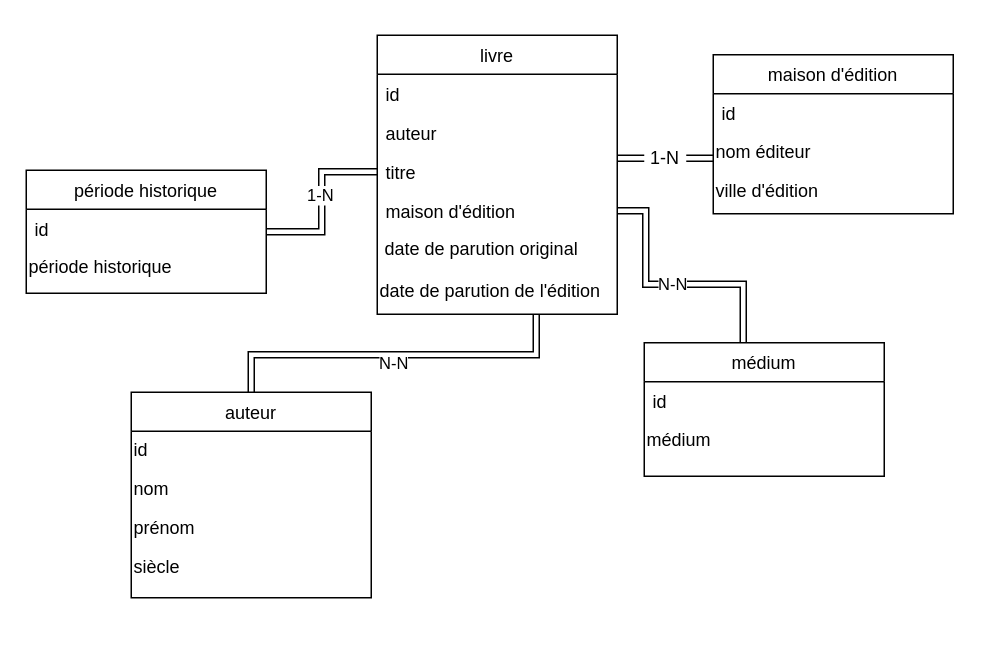
Above: Diagramme sans nom.drawio in All-Rick/Exemple (draw.io), before the change. Source tidied: cells renumbered, new cells numbered last; positions are measured from the earlier drawing's top-left corner, leaving out a move shared by most shapes. Both pictures are drawn from the tidied source at 150%, with x=0, y=0 at pixel (26, 34).
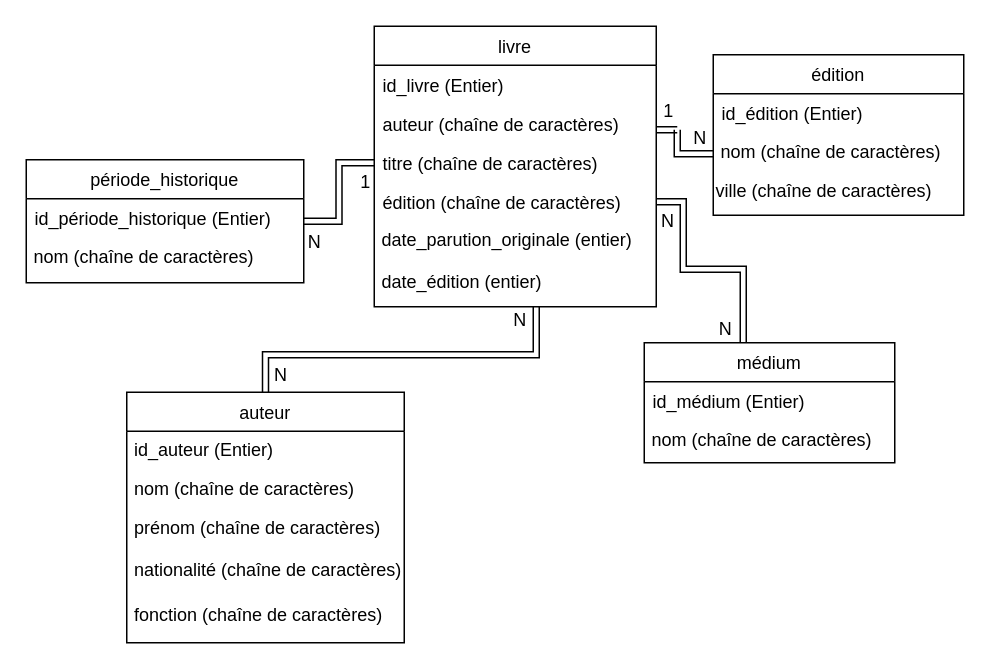
Above is the later version.

Commit message:
Mettre à jour Diagramme sans nom.drawio

The change refers to these unchanged cells:
```xml
<mxCell id="14" style="endArrow=block;endFill=0;shadow=0;strokeWidth=1;rounded=0;edgeStyle=elbowEdgeStyle;elbow=vertical;shape=link;" parent="1" edge="1" source="9" target="2">
  <mxGeometry relative="1" as="geometry">
    <Array as="points">
      <mxPoint x="340" y="213" />
      <mxPoint x="322" y="191" />
      <mxPoint x="256" y="196" />
    </Array>
  </mxGeometry>
</mxCell>
```

Diff of the diagram source:
```diff
@@
     <mxCell id="2" value="livre" style="swimlane;fontStyle=0;align=center;verticalAlign=top;horizontal=1;startSize=26;rounded=0;shadow=0;strokeWidth=1;" parent="1" vertex="1">
-      <mxGeometry x="234" width="160" height="186" as="geometry" />
+      <mxGeometry x="232" y="-6" width="188" height="187" as="geometry" />
     </mxCell>
-    <mxCell id="3" value="id" style="text;align=left;verticalAlign=top;spacingLeft=4;spacingRight=4;overflow=hidden;" parent="2" vertex="1">
-      <mxGeometry y="26" width="160" height="26" as="geometry" />
+    <mxCell id="3" value="id_livre (Entier)" style="text;align=left;verticalAlign=top;spacingLeft=4;spacingRight=4;overflow=hidden;" parent="2" vertex="1">
+      <mxGeometry y="26" width="188" height="26" as="geometry" />
     </mxCell>
-    <mxCell id="4" value="auteur" style="text;align=left;verticalAlign=top;spacingLeft=4;spacingRight=4;overflow=hidden;rounded=0;shadow=0;html=0;" parent="2" vertex="1">
-      <mxGeometry y="52" width="160" height="26" as="geometry" />
+    <mxCell id="4" value="auteur (chaîne de caractères)" style="text;align=left;verticalAlign=top;spacingLeft=4;spacingRight=4;overflow=hidden;rounded=0;shadow=0;html=0;" parent="2" vertex="1">
+      <mxGeometry y="52" width="188" height="26" as="geometry" />
     </mxCell>
-    <mxCell id="5" value="titre&#10;" style="text;align=left;verticalAlign=top;spacingLeft=4;spacingRight=4;overflow=hidden;points=[[0,0.5],[1,0.5]];portConstraint=eastwest;rounded=0;shadow=0;html=0;" parent="2" vertex="1">
-      <mxGeometry y="78" width="160" height="26" as="geometry" />
+    <mxCell id="5" value="titre (chaîne de caractères)&#10;" style="text;align=left;verticalAlign=top;spacingLeft=4;spacingRight=4;overflow=hidden;points=[[0,0.5],[1,0.5]];portConstraint=eastwest;rounded=0;shadow=0;html=0;" parent="2" vertex="1">
+      <mxGeometry y="78" width="188" height="26" as="geometry" />
     </mxCell>
-    <mxCell id="6" value="maison d'édition&#10;" style="text;align=left;verticalAlign=top;spacingLeft=4;spacingRight=4;overflow=hidden;points=[[0,0.5],[1,0.5]];portConstraint=eastwest;" parent="2" vertex="1">
-      <mxGeometry y="104" width="160" height="26" as="geometry" />
+    <mxCell id="6" value="édition (chaîne de caractères)&#10;" style="text;align=left;verticalAlign=top;spacingLeft=4;spacingRight=4;overflow=hidden;points=[[0,0.5],[1,0.5]];portConstraint=eastwest;" parent="2" vertex="1">
+      <mxGeometry y="104" width="188" height="26" as="geometry" />
     </mxCell>
-    <mxCell id="7" value="&lt;div&gt;&amp;nbsp;date de parution original&lt;/div&gt;" style="text;html=1;align=left;verticalAlign=middle;strokeColor=none;fillColor=none;" parent="2" vertex="1">
-      <mxGeometry y="130" width="160" height="26" as="geometry" />
+    <mxCell id="7" value="&lt;div&gt;&amp;nbsp;date_parution_originale (entier)&lt;/div&gt;" style="text;html=1;align=left;verticalAlign=middle;strokeColor=none;fillColor=none;" parent="2" vertex="1">
+      <mxGeometry y="130" width="188" height="26" as="geometry" />
     </mxCell>
-    <mxCell id="8" value="&lt;div align=&quot;left&quot;&gt;date de parution de l'édition&lt;/div&gt;" style="text;html=1;strokeColor=none;fillColor=none;align=left;verticalAlign=middle;whiteSpace=wrap;rounded=0;" parent="2" vertex="1">
-      <mxGeometry y="156" width="160" height="30" as="geometry" />
+    <mxCell id="8" value="&lt;div align=&quot;left&quot;&gt;&amp;nbsp;date_édition (entier)&lt;/div&gt;" style="text;html=1;strokeColor=none;fillColor=none;align=left;verticalAlign=middle;whiteSpace=wrap;rounded=0;" parent="2" vertex="1">
+      <mxGeometry y="156" width="188" height="30" as="geometry" />
     </mxCell>
     <mxCell id="9" value="auteur" style="swimlane;fontStyle=0;align=center;verticalAlign=top;horizontal=1;startSize=26;rounded=0;shadow=0;strokeWidth=1;" parent="1" vertex="1">
-      <mxGeometry x="70" y="238" width="160" height="137" as="geometry" />
+      <mxGeometry x="67" y="238" width="185" height="167" as="geometry" />
     </mxCell>
-    <mxCell id="10" value="&lt;div align=&quot;left&quot;&gt;id&lt;/div&gt;" style="text;html=1;align=left;verticalAlign=middle;strokeColor=none;fillColor=none;" parent="9" vertex="1">
-      <mxGeometry y="26" width="160" height="26" as="geometry" />
+    <mxCell id="10" value="&lt;div align=&quot;left&quot;&gt;&amp;nbsp;id_auteur (Entier)&lt;/div&gt;" style="text;html=1;align=left;verticalAlign=middle;strokeColor=none;fillColor=none;" parent="9" vertex="1">
+      <mxGeometry y="26" width="185" height="26" as="geometry" />
     </mxCell>
-    <mxCell id="11" value="&lt;div align=&quot;left&quot;&gt;nom&lt;/div&gt;" style="text;html=1;align=left;verticalAlign=middle;strokeColor=none;fillColor=none;" parent="9" vertex="1">
-      <mxGeometry y="52" width="160" height="26" as="geometry" />
+    <mxCell id="11" value="&amp;nbsp;nom (chaîne de caractères)&lt;div align=&quot;left&quot;&gt;&lt;/div&gt;" style="text;html=1;align=left;verticalAlign=middle;strokeColor=none;fillColor=none;" parent="9" vertex="1">
+      <mxGeometry y="52" width="185" height="26" as="geometry" />
     </mxCell>
-    <mxCell id="12" value="&lt;div align=&quot;left&quot;&gt;prénom&lt;/div&gt;" style="text;html=1;align=left;verticalAlign=middle;strokeColor=none;fillColor=none;" parent="9" vertex="1">
-      <mxGeometry y="78" width="160" height="26" as="geometry" />
+    <mxCell id="12" value="&lt;div align=&quot;left&quot;&gt;&amp;nbsp;prénom (chaîne de caractères)&lt;/div&gt;" style="text;html=1;align=left;verticalAlign=middle;strokeColor=none;fillColor=none;" parent="9" vertex="1">
+      <mxGeometry y="78" width="185" height="26" as="geometry" />
     </mxCell>
-    <mxCell id="13" value="&lt;div align=&quot;left&quot;&gt;siècle&lt;/div&gt;" style="text;html=1;align=left;verticalAlign=middle;strokeColor=none;fillColor=none;" parent="9" vertex="1">
-      <mxGeometry y="104" width="160" height="26" as="geometry" />
-    </mxCell>
+    <mxCell id="34" value="&amp;nbsp;nationalité (chaîne de caractères)" style="text;html=1;strokeColor=none;fillColor=none;align=left;verticalAlign=middle;whiteSpace=wrap;rounded=0;" parent="9" vertex="1">
+      <mxGeometry y="104" width="185" height="30" as="geometry" />
+    </mxCell>
+    <mxCell id="35" value="&amp;nbsp;fonction (chaîne de caractères)" style="text;html=1;strokeColor=none;fillColor=none;align=left;verticalAlign=middle;whiteSpace=wrap;rounded=0;" parent="9" vertex="1">
+      <mxGeometry y="134" width="185" height="30" as="geometry" />
+    </mxCell>
@@
-    <mxCell id="15" value="N-N" style="edgeLabel;html=1;align=center;verticalAlign=middle;" parent="14" vertex="1">
-      <mxGeometry x="0.02" y="-3" relative="1" as="geometry">
-        <mxPoint x="-4" y="2" as="offset" />
-      </mxGeometry>
-    </mxCell>
-    <mxCell id="16" value="maison d'édition" style="swimlane;fontStyle=0;align=center;verticalAlign=top;horizontal=1;startSize=26;rounded=0;shadow=0;strokeWidth=1;" parent="1" vertex="1">
-      <mxGeometry x="458" y="13" width="160" height="106" as="geometry" />
+    <mxCell id="16" value="édition" style="swimlane;fontStyle=0;align=center;verticalAlign=top;horizontal=1;startSize=26;rounded=0;shadow=0;strokeWidth=1;" parent="1" vertex="1">
+      <mxGeometry x="458" y="13" width="167" height="107" as="geometry" />
     </mxCell>
-    <mxCell id="17" value="id" style="text;align=left;verticalAlign=top;spacingLeft=4;spacingRight=4;overflow=hidden;" parent="16" vertex="1">
-      <mxGeometry y="26" width="160" height="26" as="geometry" />
+    <mxCell id="17" value="id_édition (Entier)" style="text;align=left;verticalAlign=top;spacingLeft=4;spacingRight=4;overflow=hidden;" parent="16" vertex="1">
+      <mxGeometry y="26" width="167" height="26" as="geometry" />
     </mxCell>
-    <mxCell id="18" value="&lt;div align=&quot;left&quot;&gt;nom éditeur&lt;/div&gt;" style="text;html=1;align=left;verticalAlign=middle;strokeColor=none;fillColor=none;" parent="16" vertex="1">
-      <mxGeometry y="52" width="160" height="26" as="geometry" />
+    <mxCell id="18" value="&amp;nbsp;nom (chaîne de caractères)" style="text;html=1;align=left;verticalAlign=middle;strokeColor=none;fillColor=none;" parent="16" vertex="1">
+      <mxGeometry y="52" width="167" height="26" as="geometry" />
     </mxCell>
-    <mxCell id="19" value="&lt;div align=&quot;left&quot;&gt;ville d'édition&lt;br&gt;&lt;/div&gt;" style="text;html=1;align=left;verticalAlign=middle;strokeColor=none;fillColor=none;" parent="16" vertex="1">
-      <mxGeometry y="78" width="160" height="26" as="geometry" />
+    <mxCell id="19" value="ville (chaîne de caractères)" style="text;html=1;align=left;verticalAlign=middle;strokeColor=none;fillColor=none;" parent="16" vertex="1">
+      <mxGeometry y="78" width="167" height="26" as="geometry" />
     </mxCell>
-    <mxCell id="20" value="N-N" style="edgeStyle=orthogonalEdgeStyle;rounded=0;jettySize=auto;html=1;entryX=1;entryY=0.5;entryDx=0;entryDy=0;shape=link;" parent="1" edge="1" source="21" target="6">
+    <mxCell id="20" style="edgeStyle=orthogonalEdgeStyle;rounded=0;jettySize=auto;html=1;entryX=1;entryY=0.5;entryDx=0;entryDy=0;shape=link;" parent="1" edge="1" source="21" target="6">
       <mxGeometry relative="1" as="geometry">
         <Array as="points">
-          <mxPoint x="478" y="166" />
-          <mxPoint x="413" y="166" />
-          <mxPoint x="413" y="117" />
+          <mxPoint x="478" y="156" />
+          <mxPoint x="438" y="156" />
+          <mxPoint x="438" y="111" />
         </Array>
       </mxGeometry>
     </mxCell>
     <mxCell id="21" value="médium" style="swimlane;fontStyle=0;align=center;verticalAlign=top;horizontal=1;startSize=26;rounded=0;shadow=0;strokeWidth=1;" parent="1" vertex="1">
-      <mxGeometry x="412" y="205" width="160" height="89" as="geometry" />
+      <mxGeometry x="412" y="205" width="167" height="80" as="geometry" />
     </mxCell>
-    <mxCell id="22" value="id" style="text;align=left;verticalAlign=top;spacingLeft=4;spacingRight=4;overflow=hidden;" parent="21" vertex="1">
-      <mxGeometry y="26" width="160" height="26" as="geometry" />
+    <mxCell id="22" value="id_médium (Entier)" style="text;align=left;verticalAlign=top;spacingLeft=4;spacingRight=4;overflow=hidden;" parent="21" vertex="1">
+      <mxGeometry y="26" width="167" height="26" as="geometry" />
     </mxCell>
-    <mxCell id="23" value="médium" style="text;html=1;align=left;verticalAlign=middle;strokeColor=none;fillColor=none;" parent="21" vertex="1">
-      <mxGeometry y="52" width="160" height="26" as="geometry" />
+    <mxCell id="23" value="&amp;nbsp;nom (chaîne de caractères)" style="text;html=1;align=left;verticalAlign=middle;strokeColor=none;fillColor=none;" parent="21" vertex="1">
+      <mxGeometry y="52" width="167" height="26" as="geometry" />
     </mxCell>
-    <mxCell id="24" style="rounded=0;jettySize=auto;html=1;entryX=0;entryY=0.5;entryDx=0;entryDy=0;shape=link;edgeStyle=orthogonalEdgeStyle;" parent="1" edge="1" source="26" target="5">
+    <mxCell id="24" style="rounded=0;jettySize=auto;html=1;entryX=0;entryY=0.5;entryDx=0;entryDy=0;edgeStyle=orthogonalEdgeStyle;shape=link;" parent="1" edge="1" source="26" target="5">
       <mxGeometry relative="1" as="geometry" />
     </mxCell>
-    <mxCell id="25" value="1-N" style="edgeLabel;html=1;align=center;verticalAlign=middle;" parent="24" vertex="1">
-      <mxGeometry x="0.09" y="2" relative="1" as="geometry" />
-    </mxCell>
-    <mxCell id="26" value="période historique" style="swimlane;fontStyle=0;align=center;verticalAlign=top;horizontal=1;startSize=26;rounded=0;shadow=0;strokeWidth=1;" parent="1" vertex="1">
-      <mxGeometry y="90" width="160" height="82" as="geometry" />
+    <mxCell id="26" value="période_historique" style="swimlane;fontStyle=0;align=center;verticalAlign=top;horizontal=1;startSize=26;rounded=0;shadow=0;strokeWidth=1;" parent="1" vertex="1">
+      <mxGeometry y="83" width="185" height="82" as="geometry" />
     </mxCell>
-    <mxCell id="27" value="id" style="text;align=left;verticalAlign=top;spacingLeft=4;spacingRight=4;overflow=hidden;" parent="26" vertex="1">
-      <mxGeometry y="26" width="160" height="26" as="geometry" />
+    <mxCell id="27" value="id_période_historique (Entier)" style="text;align=left;verticalAlign=top;spacingLeft=4;spacingRight=4;overflow=hidden;" parent="26" vertex="1">
+      <mxGeometry y="26" width="185" height="26" as="geometry" />
     </mxCell>
-    <mxCell id="28" value="période historique" style="text;html=1;align=left;verticalAlign=middle;strokeColor=none;fillColor=none;" parent="26" vertex="1">
-      <mxGeometry y="52" width="160" height="26" as="geometry" />
+    <mxCell id="28" value="&amp;nbsp;nom&amp;nbsp;(chaîne de caractères)" style="text;html=1;align=left;verticalAlign=middle;strokeColor=none;fillColor=none;" parent="26" vertex="1">
+      <mxGeometry y="52" width="185" height="26" as="geometry" />
     </mxCell>
-    <mxCell id="29" style="endArrow=open;shadow=0;strokeWidth=1;rounded=0;endFill=1;edgeStyle=elbowEdgeStyle;elbow=vertical;shape=link;" parent="1" edge="1" source="33" target="16">
+    <mxCell id="29" style="endArrow=open;shadow=0;strokeWidth=1;rounded=0;endFill=1;edgeStyle=elbowEdgeStyle;elbow=vertical;shape=link;" parent="1" edge="1" target="16">
       <mxGeometry x="0.5" y="41" relative="1" as="geometry">
+        <mxPoint x="434" y="63" as="sourcePoint" />
         <Array as="points">
           <mxPoint x="429" y="79" />
         </Array>
         <mxPoint x="-40" y="32" as="offset" />
       </mxGeometry>
     </mxCell>
@@
-    <mxCell id="31" style="endArrow=open;shadow=0;strokeWidth=1;rounded=0;endFill=1;edgeStyle=elbowEdgeStyle;elbow=vertical;shape=link;" parent="1" edge="1" source="2" target="33">
+    <mxCell id="31" style="endArrow=open;shadow=0;strokeWidth=1;rounded=0;endFill=1;edgeStyle=elbowEdgeStyle;elbow=vertical;shape=link;" parent="1" edge="1" source="2">
       <mxGeometry x="0.5" y="41" relative="1" as="geometry">
+        <mxPoint x="434" y="63" as="targetPoint" />
         <mxPoint x="-40" y="32" as="offset" />
       </mxGeometry>
     </mxCell>
@@
-    <mxCell id="33" value="1-N" style="text;html=1;strokeColor=none;fillColor=none;align=center;verticalAlign=middle;whiteSpace=wrap;rounded=0;" parent="1" vertex="1">
-      <mxGeometry x="412" y="74" width="28" height="16" as="geometry" />
-    </mxCell>
+    <mxCell id="36" value="N" style="text;html=1;strokeColor=none;fillColor=none;align=center;verticalAlign=middle;whiteSpace=wrap;rounded=0;" parent="1" vertex="1">
+      <mxGeometry x="181" y="130" width="23" height="15" as="geometry" />
+    </mxCell>
+    <mxCell id="37" value="N" style="text;html=1;strokeColor=none;fillColor=none;align=center;verticalAlign=middle;whiteSpace=wrap;rounded=0;" parent="1" vertex="1">
+      <mxGeometry x="155" y="215" width="30" height="23" as="geometry" />
+    </mxCell>
+    <mxCell id="38" value="N" style="text;html=1;strokeColor=none;fillColor=none;align=center;verticalAlign=middle;whiteSpace=wrap;rounded=0;" parent="1" vertex="1">
+      <mxGeometry x="312" y="181" width="35" height="17" as="geometry" />
+    </mxCell>
+    <mxCell id="39" value="N" style="text;html=1;strokeColor=none;fillColor=none;align=center;verticalAlign=middle;whiteSpace=wrap;rounded=0;" parent="1" vertex="1">
+      <mxGeometry x="402" y="109.5" width="52" height="29" as="geometry" />
+    </mxCell>
+    <mxCell id="40" value="N" style="text;html=1;strokeColor=none;fillColor=none;align=center;verticalAlign=middle;whiteSpace=wrap;rounded=0;" parent="1" vertex="1">
+      <mxGeometry x="443" y="184" width="47" height="23" as="geometry" />
+    </mxCell>
+    <mxCell id="41" value="1" style="text;html=1;strokeColor=none;fillColor=none;align=center;verticalAlign=middle;whiteSpace=wrap;rounded=0;" parent="1" vertex="1">
+      <mxGeometry x="408.5" y="38" width="39" height="26" as="geometry" />
+    </mxCell>
+    <mxCell id="42" value="N" style="text;html=1;strokeColor=none;fillColor=none;align=center;verticalAlign=middle;whiteSpace=wrap;rounded=0;" parent="1" vertex="1">
+      <mxGeometry x="422" y="56" width="55" height="25" as="geometry" />
+    </mxCell>
+    <mxCell id="43" value="1" style="text;html=1;strokeColor=none;fillColor=none;align=center;verticalAlign=middle;whiteSpace=wrap;rounded=0;" parent="1" vertex="1">
+      <mxGeometry x="204" y="83" width="45" height="30" as="geometry" />
+    </mxCell>
```
